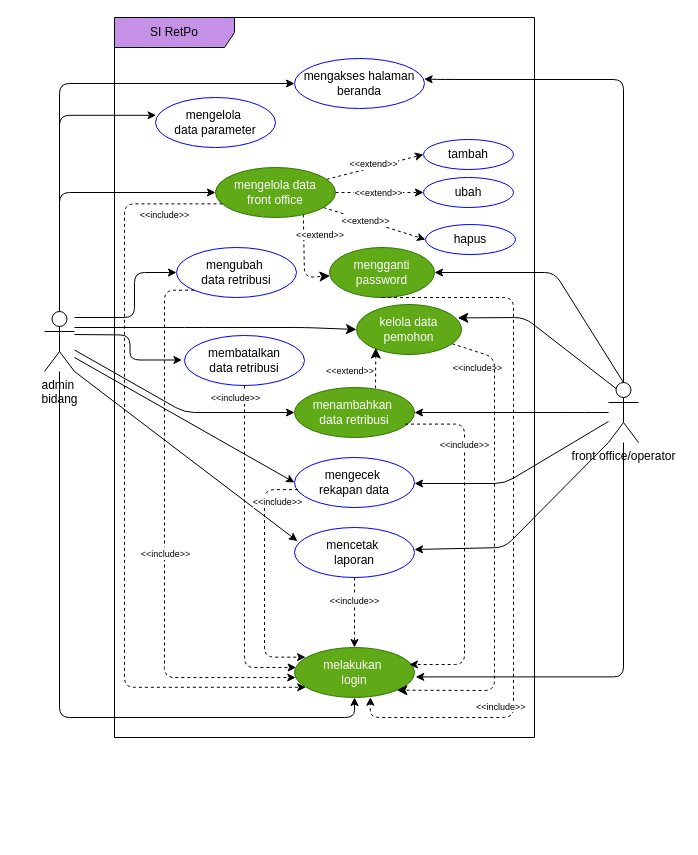
This is page "use case" (1 of 3) of SI-retribusi.drawio from eenattayani/desain, a draw.io file, before an edit. Source tidied: cells renumbered, new cells numbered last; positions are measured from the earlier drawing's top-left corner, leaving out a move shared by most shapes. Both pictures are drawn from the tidied source at 100%, with x=0, y=0 at pixel (44, 17).
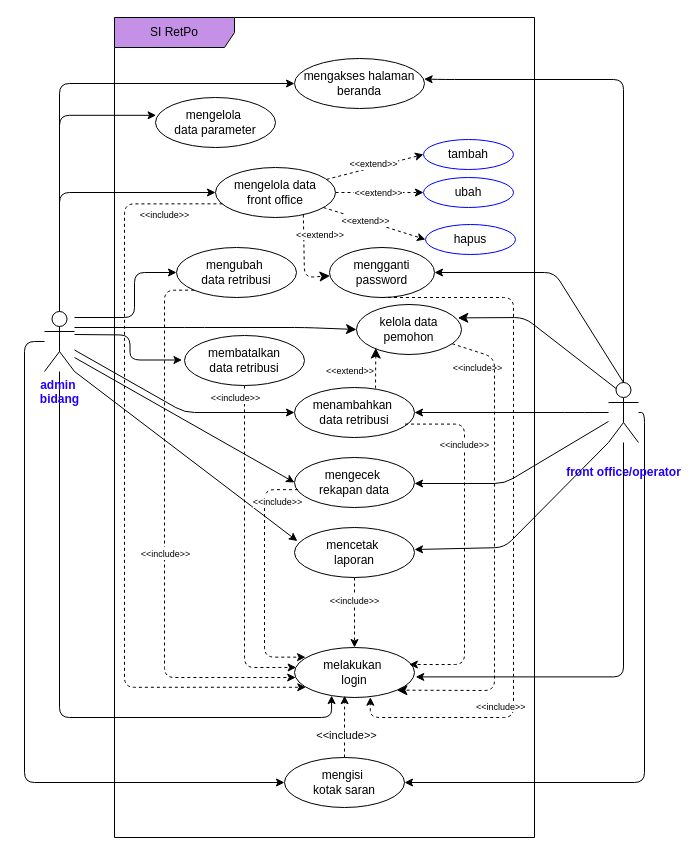
Above is the later version.

What changed in the source:
```diff
@@
-    <mxCell id="4" style="edgeStyle=orthogonalEdgeStyle;rounded=1;jettySize=auto;html=1;entryX=0.5;entryY=1;entryDx=0;entryDy=0;curved=0;" parent="1" edge="1" source="7" target="12">
+    <mxCell id="4" style="edgeStyle=orthogonalEdgeStyle;rounded=1;jettySize=auto;html=1;entryX=0.309;entryY=0.961;entryDx=0;entryDy=0;curved=0;entryPerimeter=0;" parent="1" edge="1" source="7" target="12">
       <mxGeometry relative="1" as="geometry">
         <Array as="points">
           <mxPoint x="15" y="700" />
-          <mxPoint x="310" y="700" />
+          <mxPoint x="287" y="700" />
         </Array>
       </mxGeometry>
     </mxCell>
@@
+    <mxCell id="62" style="edgeStyle=orthogonalEdgeStyle;rounded=1;jettySize=auto;html=1;entryX=0;entryY=0.5;entryDx=0;entryDy=0;curved=0;" parent="1" edge="1" source="7" target="64">
+      <mxGeometry relative="1" as="geometry">
+        <Array as="points">
+          <mxPoint x="-20" y="324" />
+          <mxPoint x="-20" y="765" />
+        </Array>
+      </mxGeometry>
+    </mxCell>
-    <mxCell id="7" value="admin&amp;nbsp;&lt;div&gt;bidang&lt;/div&gt;" style="shape=umlActor;verticalLabelPosition=bottom;verticalAlign=top;html=1;outlineConnect=0;align=center;" parent="1" vertex="1">
+    <mxCell id="7" value="admin&amp;nbsp;&lt;div&gt;bidang&lt;/div&gt;" style="shape=umlActor;verticalLabelPosition=bottom;verticalAlign=top;html=1;outlineConnect=0;align=center;fontStyle=1;fontColor=#2000FF;" parent="1" vertex="1">
       <mxGeometry y="294" width="30" height="60" as="geometry" />
     </mxCell>
     <mxCell id="8" value="SI RetPo" style="shape=umlFrame;whiteSpace=wrap;html=1;fillColor=#C491E6;width=120;height=30;" parent="1" vertex="1">
-      <mxGeometry x="70" width="420" height="720" as="geometry" />
+      <mxGeometry x="70" width="420" height="820" as="geometry" />
     </mxCell>
@@
+    <mxCell id="63" style="edgeStyle=orthogonalEdgeStyle;rounded=1;jettySize=auto;html=1;entryX=1;entryY=0.5;entryDx=0;entryDy=0;curved=0;" parent="1" edge="1" source="11" target="64">
+      <mxGeometry relative="1" as="geometry">
+        <Array as="points">
+          <mxPoint x="600" y="395" />
+          <mxPoint x="600" y="765" />
+        </Array>
+      </mxGeometry>
+    </mxCell>
-    <mxCell id="11" value="front office/operator" style="shape=umlActor;verticalLabelPosition=bottom;verticalAlign=top;html=1;outlineConnect=0;" parent="1" vertex="1">
+    <mxCell id="11" value="&lt;h4&gt;front office/operator&lt;/h4&gt;" style="shape=umlActor;verticalLabelPosition=bottom;verticalAlign=top;html=1;outlineConnect=0;fontColor=#2000FF;" parent="1" vertex="1">
       <mxGeometry x="564" y="365" width="30" height="60" as="geometry" />
     </mxCell>
-    <mxCell id="12" value="melakukan&amp;nbsp;&lt;div&gt;login&lt;/div&gt;" style="ellipse;whiteSpace=wrap;html=1;strokeColor=#2D7600;shadow=0;fillColor=#60a917;fontColor=#ffffff;" parent="1" vertex="1">
+    <mxCell id="12" value="melakukan&amp;nbsp;&lt;div&gt;login&lt;/div&gt;" style="ellipse;whiteSpace=wrap;html=1;shadow=0;" parent="1" vertex="1">
       <mxGeometry x="250" y="630" width="120" height="50" as="geometry" />
     </mxCell>
-    <mxCell id="13" value="menambahkan&amp;nbsp;&lt;div&gt;data retribusi&lt;/div&gt;" style="ellipse;whiteSpace=wrap;html=1;strokeColor=#2D7600;shadow=0;fillColor=#60a917;fontColor=#ffffff;" parent="1" vertex="1">
+    <mxCell id="13" value="menambahkan&amp;nbsp;&lt;div&gt;data retribusi&lt;/div&gt;" style="ellipse;whiteSpace=wrap;html=1;shadow=0;" parent="1" vertex="1">
       <mxGeometry x="250" y="370" width="120" height="50" as="geometry" />
     </mxCell>
@@
-    <mxCell id="18" value="mengelola data&lt;div&gt;front office&lt;/div&gt;" style="ellipse;whiteSpace=wrap;html=1;strokeColor=#2D7600;shadow=0;fillColor=#60a917;fontColor=#ffffff;" parent="1" vertex="1">
+    <mxCell id="18" value="mengelola data&lt;div&gt;front office&lt;/div&gt;" style="ellipse;whiteSpace=wrap;html=1;shadow=0;" parent="1" vertex="1">
       <mxGeometry x="171" y="150" width="120" height="50" as="geometry" />
     </mxCell>
@@
-    <mxCell id="22" value="mengubah&amp;nbsp;&lt;div&gt;data retribusi&lt;/div&gt;" style="ellipse;whiteSpace=wrap;html=1;strokeColor=#0000FF;shadow=0;" parent="1" vertex="1">
+    <mxCell id="22" value="mengubah&amp;nbsp;&lt;div&gt;data retribusi&lt;/div&gt;" style="ellipse;whiteSpace=wrap;html=1;shadow=0;" parent="1" vertex="1">
       <mxGeometry x="132" y="230" width="120" height="50" as="geometry" />
     </mxCell>
@@
-    <mxCell id="24" value="membatalkan&lt;div&gt;data retribusi&lt;/div&gt;" style="ellipse;whiteSpace=wrap;html=1;strokeColor=#0000FF;shadow=0;" parent="1" vertex="1">
+    <mxCell id="24" value="membatalkan&lt;div&gt;data retribusi&lt;/div&gt;" style="ellipse;whiteSpace=wrap;html=1;shadow=0;" parent="1" vertex="1">
       <mxGeometry x="140" y="318" width="120" height="50" as="geometry" />
     </mxCell>
-    <mxCell id="25" value="&lt;div&gt;mengecek&amp;nbsp;&lt;/div&gt;&lt;div&gt;rekapan data&lt;/div&gt;" style="ellipse;whiteSpace=wrap;html=1;strokeColor=#0000FF;shadow=0;" parent="1" vertex="1">
+    <mxCell id="25" value="&lt;div&gt;mengecek&amp;nbsp;&lt;/div&gt;&lt;div&gt;rekapan data&lt;/div&gt;" style="ellipse;whiteSpace=wrap;html=1;shadow=0;" parent="1" vertex="1">
       <mxGeometry x="250" y="440" width="120" height="50" as="geometry" />
     </mxCell>
@@
-    <mxCell id="28" value="mencetak&amp;nbsp;&lt;div&gt;laporan&lt;/div&gt;" style="ellipse;whiteSpace=wrap;html=1;strokeColor=#0000FF;shadow=0;" parent="1" vertex="1">
+    <mxCell id="28" value="mencetak&amp;nbsp;&lt;div&gt;laporan&lt;/div&gt;" style="ellipse;whiteSpace=wrap;html=1;shadow=0;" parent="1" vertex="1">
       <mxGeometry x="250" y="510" width="120" height="50" as="geometry" />
     </mxCell>
@@
-    <mxCell id="49" value="mengganti password" style="ellipse;whiteSpace=wrap;html=1;strokeColor=#2D7600;shadow=0;fillColor=#60a917;fontColor=#ffffff;" parent="1" vertex="1">
+    <mxCell id="49" value="mengganti password" style="ellipse;whiteSpace=wrap;html=1;shadow=0;" parent="1" vertex="1">
       <mxGeometry x="285" y="230" width="105" height="50" as="geometry" />
     </mxCell>
@@
-    <mxCell id="53" value="kelola data&lt;div&gt;pemohon&lt;/div&gt;" style="ellipse;whiteSpace=wrap;html=1;strokeColor=#2D7600;shadow=0;fillColor=#60a917;fontColor=#ffffff;" parent="1" vertex="1">
+    <mxCell id="53" value="kelola data&lt;div&gt;pemohon&lt;/div&gt;" style="ellipse;whiteSpace=wrap;html=1;shadow=0;" parent="1" vertex="1">
       <mxGeometry x="312" y="287" width="105" height="50" as="geometry" />
     </mxCell>
@@
-    <mxCell id="58" value="mengelola&amp;nbsp;&lt;div&gt;data&amp;nbsp;&lt;span style=&quot;background-color: transparent; color: light-dark(rgb(0, 0, 0), rgb(255, 255, 255));&quot;&gt;parameter&lt;/span&gt;&lt;/div&gt;" style="ellipse;whiteSpace=wrap;html=1;strokeColor=#0000FF;shadow=0;" parent="1" vertex="1">
+    <mxCell id="58" value="mengelola&amp;nbsp;&lt;div&gt;data&amp;nbsp;&lt;span style=&quot;background-color: transparent; color: light-dark(rgb(0, 0, 0), rgb(255, 255, 255));&quot;&gt;parameter&lt;/span&gt;&lt;/div&gt;" style="ellipse;whiteSpace=wrap;html=1;shadow=0;" parent="1" vertex="1">
       <mxGeometry x="111" y="80" width="120" height="50" as="geometry" />
     </mxCell>
@@
-    <mxCell id="60" value="mengakses halaman beranda" style="ellipse;whiteSpace=wrap;html=1;strokeColor=#0000FF;shadow=0;" parent="1" vertex="1">
+    <mxCell id="60" value="mengakses halaman beranda" style="ellipse;whiteSpace=wrap;html=1;shadow=0;" parent="1" vertex="1">
       <mxGeometry x="250" y="41" width="130" height="50" as="geometry" />
     </mxCell>
@@
+    <mxCell id="64" value="mengisi&amp;nbsp;&lt;div&gt;kotak saran&lt;/div&gt;" style="ellipse;whiteSpace=wrap;html=1;shadow=0;" parent="1" vertex="1">
+      <mxGeometry x="240" y="740" width="120" height="50" as="geometry" />
+    </mxCell>
+    <mxCell id="65" style="edgeStyle=orthogonalEdgeStyle;rounded=0;jettySize=auto;html=1;entryX=0.418;entryY=0.964;entryDx=0;entryDy=0;entryPerimeter=0;dashed=1;" parent="1" edge="1" source="64" target="12">
+      <mxGeometry relative="1" as="geometry" />
+    </mxCell>
+    <mxCell id="66" value="&amp;lt;&amp;lt;include&amp;gt;&amp;gt;" style="edgeLabel;html=1;align=center;verticalAlign=middle;" parent="65" vertex="1">
+      <mxGeometry x="-0.21" y="-1" relative="1" as="geometry">
+        <mxPoint y="1" as="offset" />
+      </mxGeometry>
+    </mxCell>
```
